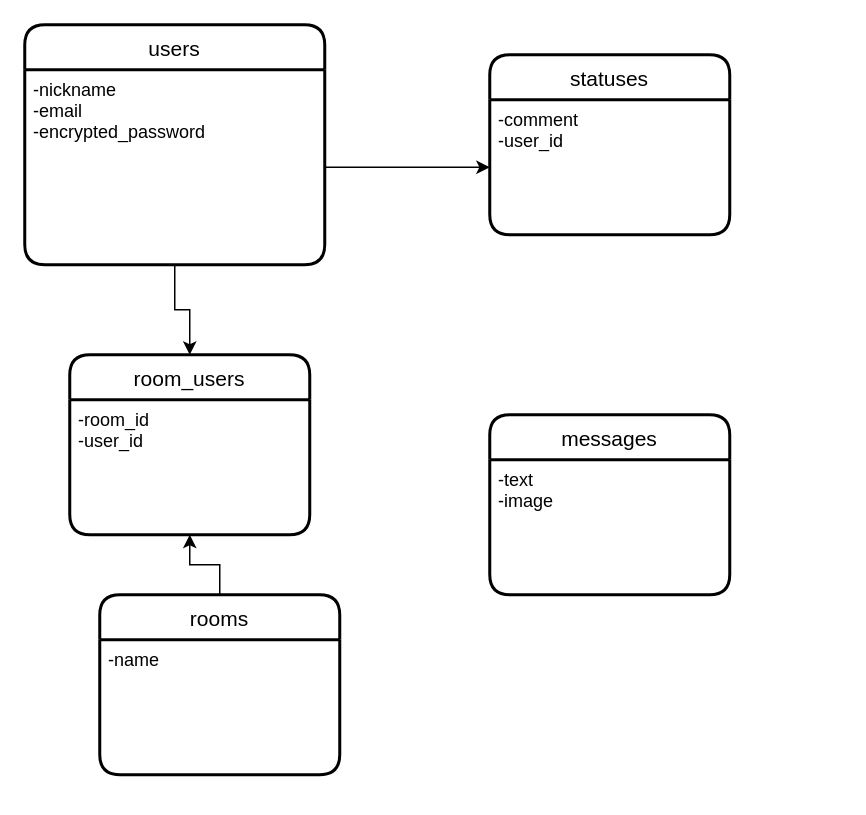
Above: .dio in kakeru-takakusaki/gamebo (draw.io), before the change. Source tidied: cells renumbered, new cells numbered last; positions are measured from the earlier drawing's top-left corner, leaving out a move shared by most shapes. Both pictures are drawn from the tidied source at 150%, with x=0, y=0 at pixel (24, 24).
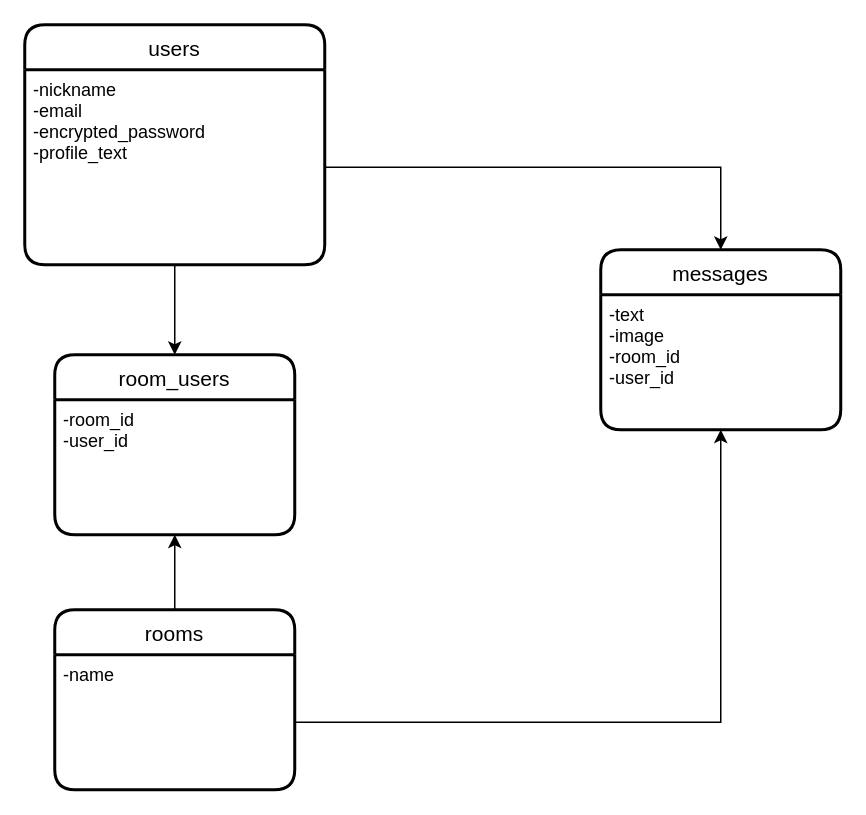
The same page after the edit.

Diff of the diagram source:
```diff
@@
 <mxGraphModel>
   <root>
     <mxCell id="0" />
     <mxCell id="1" parent="0" />
     <mxCell id="2" value="users" style="swimlane;horizontal=1;startSize=30;rounded=1;fontSize=14;fontStyle=0;strokeWidth=2;shadow=0;dashed=0;align=center;" parent="1" vertex="1">
       <mxGeometry width="200" height="160" as="geometry" />
     </mxCell>
-    <mxCell id="3" value="-nickname&#10;-email&#10;-encrypted_password" style="align=left;strokeColor=none;fillColor=none;spacingLeft=4;fontSize=12;verticalAlign=top;" parent="2" vertex="1">
+    <mxCell id="3" value="-nickname&#10;-email&#10;-encrypted_password&#10;-profile_text" style="align=left;strokeColor=none;fillColor=none;spacingLeft=4;fontSize=12;verticalAlign=top;" parent="2" vertex="1">
       <mxGeometry y="30" width="200" height="130" as="geometry" />
     </mxCell>
-    <mxCell id="4" value="statuses" style="swimlane;horizontal=1;startSize=30;rounded=1;fontSize=14;fontStyle=0;strokeWidth=2;shadow=0;dashed=0;align=center;" parent="1" vertex="1">
-      <mxGeometry x="310" y="20" width="160" height="120" as="geometry" />
-    </mxCell>
-    <mxCell id="5" value="-comment&#10;-user_id" style="align=left;strokeColor=none;fillColor=none;spacingLeft=4;fontSize=12;verticalAlign=top;" parent="4" vertex="1">
-      <mxGeometry y="30" width="160" height="90" as="geometry" />
-    </mxCell>
     <mxCell id="6" style="edgeStyle=orthogonalEdgeStyle;rounded=0;jettySize=auto;html=1;exitX=0.5;exitY=0;exitDx=0;exitDy=0;entryX=0.5;entryY=1;entryDx=0;entryDy=0;" parent="1" edge="1" source="7" target="10">
       <mxGeometry relative="1" as="geometry" />
     </mxCell>
     <mxCell id="7" value="rooms" style="swimlane;horizontal=1;startSize=30;rounded=1;fontSize=14;fontStyle=0;strokeWidth=2;shadow=0;dashed=0;align=center;" parent="1" vertex="1">
-      <mxGeometry x="50" y="380" width="160" height="120" as="geometry" />
+      <mxGeometry x="20" y="390" width="160" height="120" as="geometry" />
     </mxCell>
     <mxCell id="8" value="-name" style="align=left;strokeColor=none;fillColor=none;spacingLeft=4;fontSize=12;verticalAlign=top;" parent="7" vertex="1">
       <mxGeometry y="30" width="160" height="90" as="geometry" />
     </mxCell>
     <mxCell id="9" value="room_users" style="swimlane;horizontal=1;startSize=30;rounded=1;fontSize=14;fontStyle=0;strokeWidth=2;shadow=0;dashed=0;align=center;" parent="1" vertex="1">
-      <mxGeometry x="30" y="220" width="160" height="120" as="geometry" />
+      <mxGeometry x="20" y="220" width="160" height="120" as="geometry" />
     </mxCell>
     <mxCell id="10" value="-room_id&#10;-user_id" style="align=left;strokeColor=none;fillColor=none;spacingLeft=4;fontSize=12;verticalAlign=top;" parent="9" vertex="1">
       <mxGeometry y="30" width="160" height="90" as="geometry" />
     </mxCell>
     <mxCell id="11" style="edgeStyle=orthogonalEdgeStyle;rounded=0;jettySize=auto;html=1;exitX=0.5;exitY=1;exitDx=0;exitDy=0;entryX=0.5;entryY=0;entryDx=0;entryDy=0;" parent="1" edge="1" source="3" target="9">
       <mxGeometry relative="1" as="geometry" />
     </mxCell>
-    <mxCell id="12" style="edgeStyle=orthogonalEdgeStyle;rounded=0;jettySize=auto;html=1;exitX=1;exitY=0.5;exitDx=0;exitDy=0;" parent="1" edge="1" source="3" target="5">
-      <mxGeometry relative="1" as="geometry" />
-    </mxCell>
     <mxCell id="13" value="messages" style="swimlane;horizontal=1;startSize=30;rounded=1;fontSize=14;fontStyle=0;strokeWidth=2;shadow=0;dashed=0;align=center;" parent="1" vertex="1">
-      <mxGeometry x="310" y="260" width="160" height="120" as="geometry" />
+      <mxGeometry x="384" y="150" width="160" height="120" as="geometry" />
     </mxCell>
-    <mxCell id="14" value="-text&#10;-image" style="align=left;strokeColor=none;fillColor=none;spacingLeft=4;fontSize=12;verticalAlign=top;" parent="13" vertex="1">
+    <mxCell id="14" value="-text&#10;-image&#10;-room_id&#10;-user_id" style="align=left;strokeColor=none;fillColor=none;spacingLeft=4;fontSize=12;verticalAlign=top;" parent="13" vertex="1">
       <mxGeometry y="30" width="160" height="90" as="geometry" />
     </mxCell>
+    <mxCell id="15" style="edgeStyle=orthogonalEdgeStyle;rounded=0;jettySize=auto;html=1;exitX=1;exitY=0.5;exitDx=0;exitDy=0;entryX=0.5;entryY=0;entryDx=0;entryDy=0;" parent="1" edge="1" source="3" target="13">
+      <mxGeometry relative="1" as="geometry" />
+    </mxCell>
+    <mxCell id="16" style="edgeStyle=orthogonalEdgeStyle;rounded=0;jettySize=auto;html=1;exitX=1;exitY=0.5;exitDx=0;exitDy=0;entryX=0.5;entryY=1;entryDx=0;entryDy=0;" parent="1" edge="1" source="8" target="14">
+      <mxGeometry relative="1" as="geometry" />
+    </mxCell>
   </root>
 </mxGraphModel>
```
